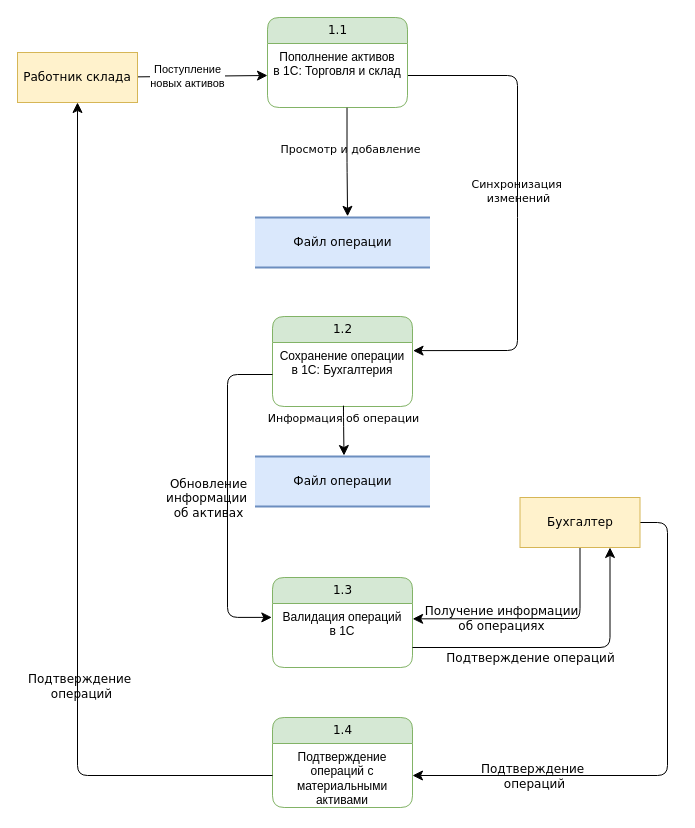
This is page "Управление ТМЦ" (5 of 5) of Exc1/DFD.drawio from denrzv/yp-architecture-sprint-10, a draw.io file, before an edit. Source tidied: cells renumbered, new cells numbered last; positions are measured from the earlier drawing's top-left corner, leaving out a move shared by most shapes. Both pictures are drawn from the tidied source at 100%, with x=0, y=0 at pixel (17, 17).
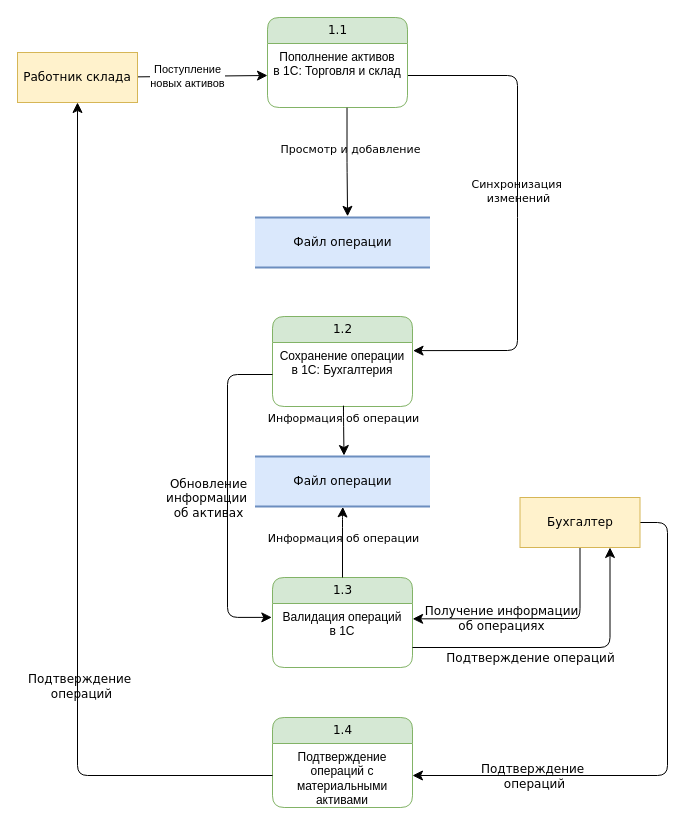
Above is the later version.

Unchanged cells that the change refers to:
```xml
<mxCell id="14" value="Файл операции" style="html=1;rounded=0;shadow=0;comic=0;labelBackgroundColor=none;strokeWidth=2;fontFamily=Verdana;fontSize=12;align=center;shape=mxgraph.ios7ui.horLines;fillColor=#dae8fc;strokeColor=#6c8ebf;" parent="1" vertex="1">
  <mxGeometry x="237.5" y="439" width="175" height="50" as="geometry" />
</mxCell>
<mxCell id="22" value="1.3" style="swimlane;html=1;fontStyle=0;horizontal=1;startSize=26;fillColor=#d5e8d4;swimlaneFillColor=#ffffff;align=center;rounded=1;shadow=0;comic=0;labelBackgroundColor=none;strokeWidth=1;fontFamily=Verdana;fontSize=12;strokeColor=#82b366;" parent="1" vertex="1">
  <mxGeometry x="255" y="560" width="140" height="90" as="geometry" />
</mxCell>
```

The edit, as a diff of the source:
```diff
@@
+    <mxCell id="32" style="edgeStyle=orthogonalEdgeStyle;html=1;labelBackgroundColor=none;startFill=0;startSize=8;endFill=1;endSize=8;fontFamily=Verdana;fontSize=12;exitX=0.5;exitY=0;exitDx=0;exitDy=0;entryX=0.502;entryY=1.008;entryDx=0;entryDy=0;entryPerimeter=0;" parent="1" edge="1" source="22" target="14">
+      <mxGeometry relative="1" as="geometry">
+        <Array as="points">
+          <mxPoint x="325" y="500" />
+          <mxPoint x="325" y="500" />
+        </Array>
+      </mxGeometry>
+    </mxCell>
+    <mxCell id="33" value="Информация об операции" style="edgeLabel;html=1;align=center;verticalAlign=middle;fontFamily=Verdana;fontSize=11;fontColor=default;labelBackgroundColor=none;" parent="32" vertex="1">
+      <mxGeometry x="0.01" y="-3" relative="1" as="geometry">
+        <mxPoint x="-3" y="-4" as="offset" />
+      </mxGeometry>
+    </mxCell>
```
